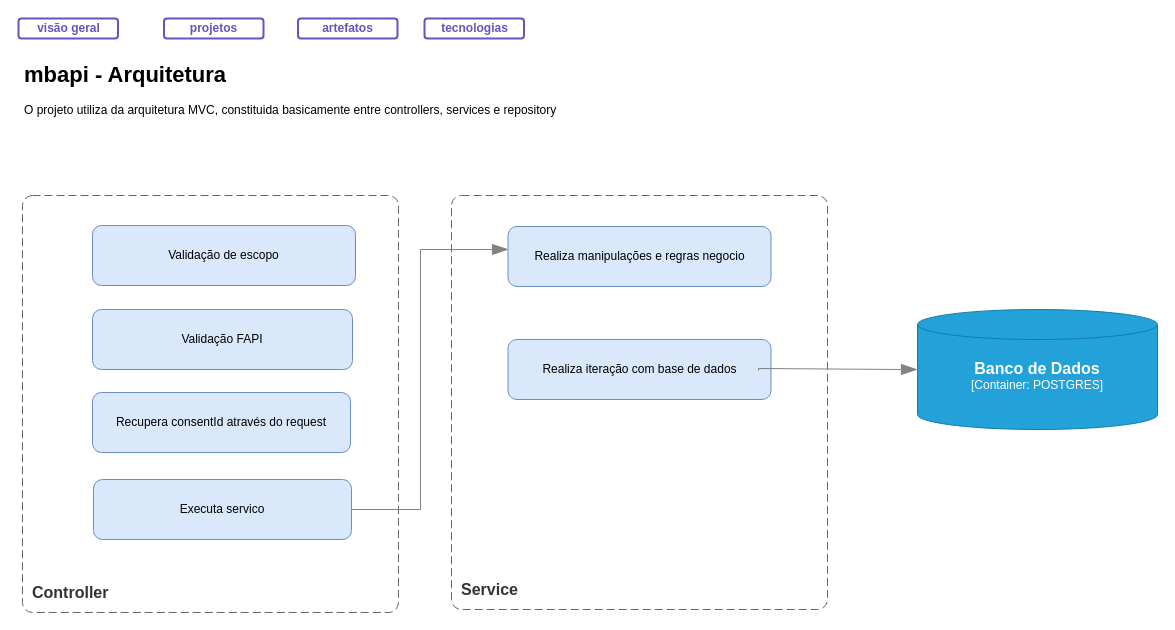
The draw.io diagram page "mbapi - Arquitetura" (12 of 18) of as-is-mock-bank.drawio in andretrindade/mock-bank-project, before the edit. Source tidied: cells renumbered, new cells numbered last; positions are measured from the earlier drawing's top-left corner, leaving out a move shared by most shapes. Both pictures are drawn from the tidied source at 100%, with x=0, y=0 at pixel (18, 18).
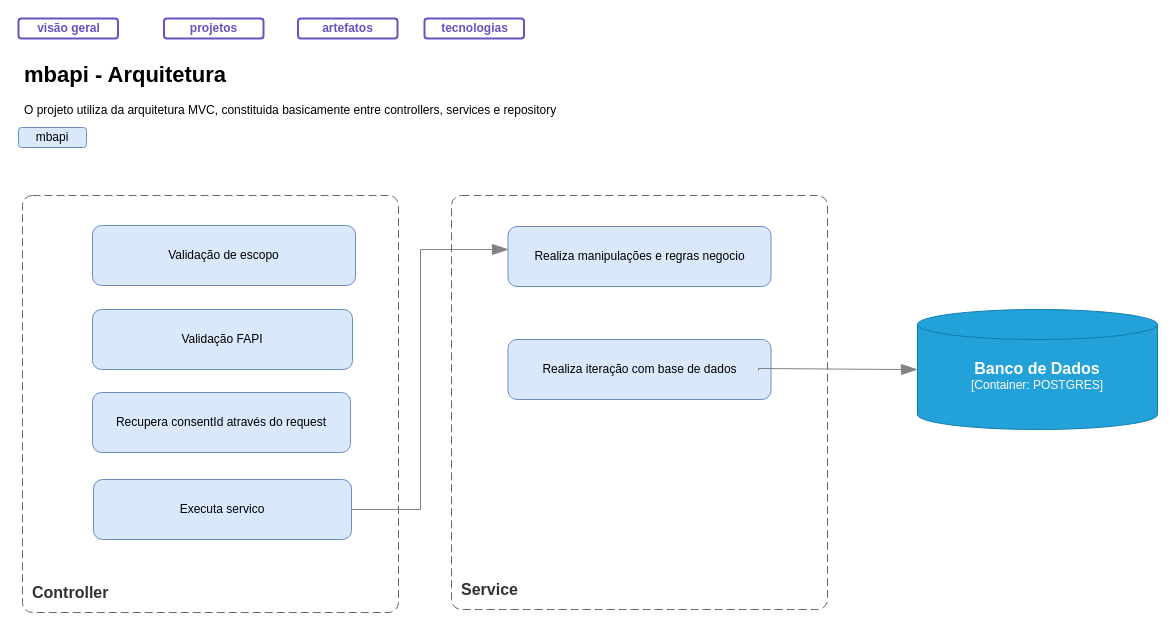
The same diagram, later.

The edit, as a diff of the source:
```diff
@@
+    <mxCell id="18" value="mbapi" style="rounded=1;whiteSpace=wrap;html=1;fillColor=#dae8fc;strokeColor=#6c8ebf;" parent="1" vertex="1">
+      <mxGeometry y="109" width="68" height="20" as="geometry" />
+    </mxCell>
```
